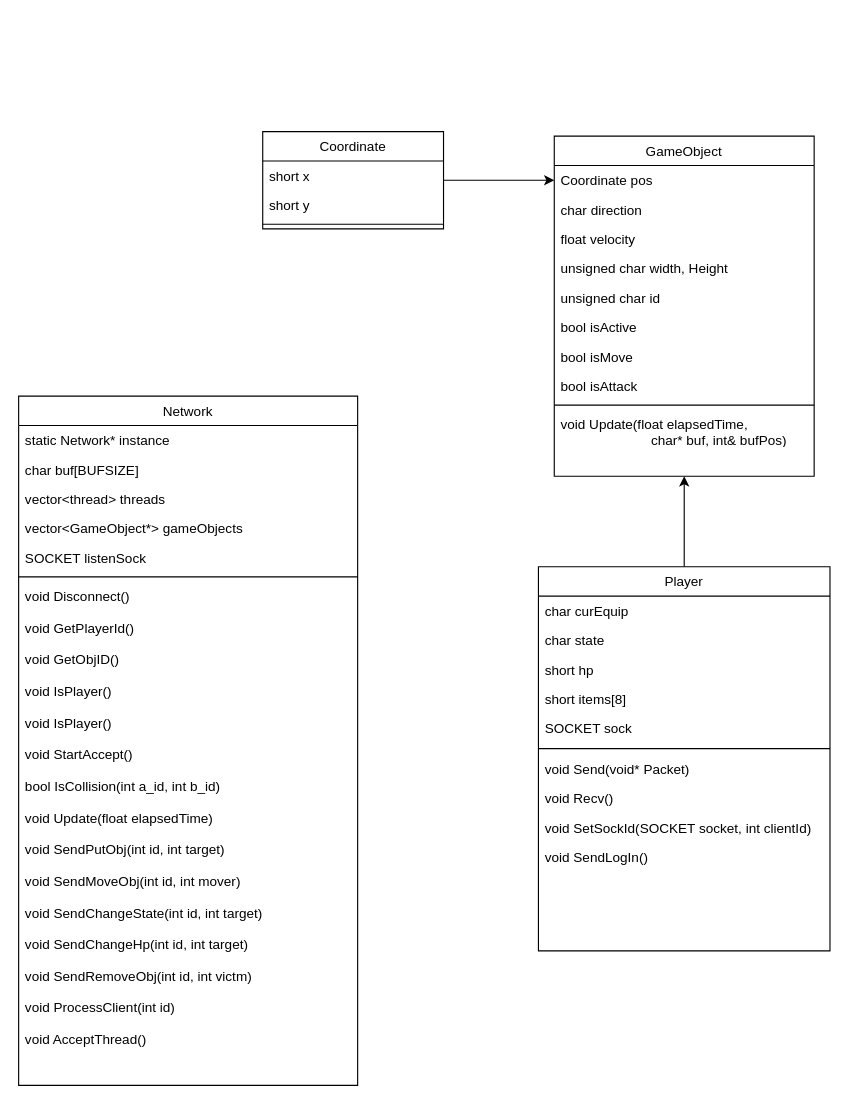
kakik/agari keeps this draw.io diagram as 기획서 자료/server_class_diagram.drawio. Above is the earlier version. Source tidied: cells renumbered, new cells numbered last; positions are measured from the earlier drawing's top-left corner, leaving out a move shared by most shapes. Both pictures are drawn from the tidied source at 113%, with x=0, y=0 at pixel (18, 131).
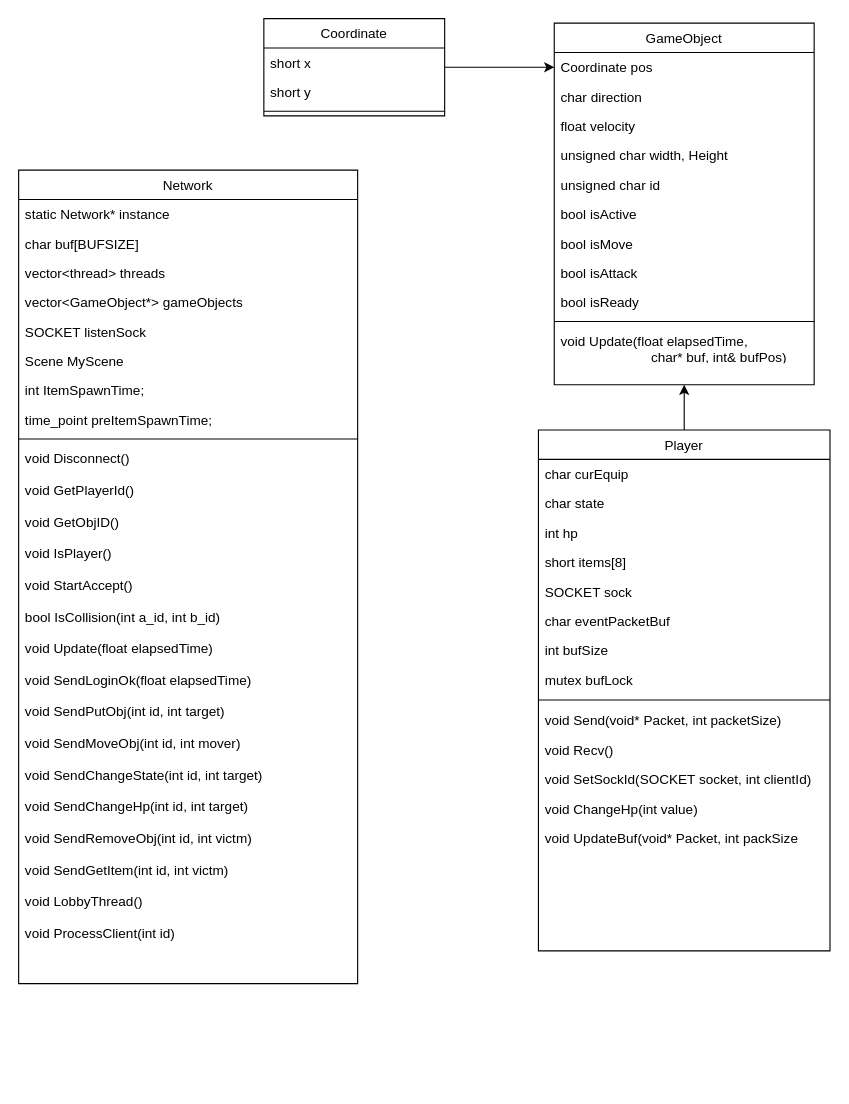
The same page after the edit.

Diff of the diagram source:
```diff
@@
     <mxCell id="3" value="Player" style="swimlane;fontStyle=0;align=center;verticalAlign=top;horizontal=1;startSize=26;rounded=0;shadow=0;strokeWidth=1;" parent="1" vertex="1">
-      <mxGeometry x="460" y="385" width="258" height="340" as="geometry" />
+      <mxGeometry x="460" y="264" width="258" height="461" as="geometry" />
     </mxCell>
@@
-    <mxCell id="6" value="short hp" style="text;align=left;verticalAlign=top;spacingLeft=4;spacingRight=4;overflow=hidden;rounded=0;shadow=0;html=0;" parent="3" vertex="1">
+    <mxCell id="6" value="int hp" style="text;align=left;verticalAlign=top;spacingLeft=4;spacingRight=4;overflow=hidden;rounded=0;shadow=0;html=0;" parent="3" vertex="1">
       <mxGeometry y="78" width="258" height="26" as="geometry" />
     </mxCell>
@@
+    <mxCell id="52" value="char eventPacketBuf" style="text;align=left;verticalAlign=top;spacingLeft=4;spacingRight=4;overflow=hidden;rounded=0;shadow=0;html=0;" parent="3" vertex="1">
+      <mxGeometry y="156" width="258" height="26" as="geometry" />
+    </mxCell>
+    <mxCell id="53" value="int bufSize" style="text;align=left;verticalAlign=top;spacingLeft=4;spacingRight=4;overflow=hidden;rounded=0;shadow=0;html=0;" parent="3" vertex="1">
+      <mxGeometry y="182" width="258" height="26" as="geometry" />
+    </mxCell>
+    <mxCell id="54" value="mutex bufLock" style="text;align=left;verticalAlign=top;spacingLeft=4;spacingRight=4;overflow=hidden;rounded=0;shadow=0;html=0;" parent="3" vertex="1">
+      <mxGeometry y="208" width="258" height="26" as="geometry" />
+    </mxCell>
     <mxCell id="9" style="line;html=1;strokeWidth=1;align=left;verticalAlign=middle;spacingTop=-1;spacingLeft=3;spacingRight=3;labelPosition=right;" parent="3" vertex="1">
-      <mxGeometry y="156" width="258" height="10" as="geometry" />
+      <mxGeometry y="234" width="258" height="10" as="geometry" />
     </mxCell>
-    <mxCell id="10" value="void Send(void* Packet)" style="text;align=left;verticalAlign=top;spacingLeft=4;spacingRight=4;overflow=hidden;rounded=0;shadow=0;html=0;" parent="3" vertex="1">
-      <mxGeometry y="166" width="258" height="26" as="geometry" />
+    <mxCell id="10" value="void Send(void* Packet, int packetSize)" style="text;align=left;verticalAlign=top;spacingLeft=4;spacingRight=4;overflow=hidden;rounded=0;shadow=0;html=0;" parent="3" vertex="1">
+      <mxGeometry y="244" width="258" height="26" as="geometry" />
     </mxCell>
     <mxCell id="11" value="void Recv()" style="text;align=left;verticalAlign=top;spacingLeft=4;spacingRight=4;overflow=hidden;rounded=0;shadow=0;html=0;" parent="3" vertex="1">
-      <mxGeometry y="192" width="258" height="26" as="geometry" />
+      <mxGeometry y="270" width="258" height="26" as="geometry" />
     </mxCell>
     <mxCell id="12" value="void SetSockId(SOCKET socket, int clientId)" style="text;align=left;verticalAlign=top;spacingLeft=4;spacingRight=4;overflow=hidden;rounded=0;shadow=0;html=0;" parent="3" vertex="1">
-      <mxGeometry y="218" width="258" height="26" as="geometry" />
+      <mxGeometry y="296" width="258" height="26" as="geometry" />
     </mxCell>
-    <mxCell id="13" value="void SendLogIn()" style="text;align=left;verticalAlign=top;spacingLeft=4;spacingRight=4;overflow=hidden;rounded=0;shadow=0;html=0;" parent="3" vertex="1">
-      <mxGeometry y="244" width="258" height="26" as="geometry" />
-    </mxCell>
+    <mxCell id="55" value="void ChangeHp(int value)" style="text;align=left;verticalAlign=top;spacingLeft=4;spacingRight=4;overflow=hidden;rounded=0;shadow=0;html=0;" parent="3" vertex="1">
+      <mxGeometry y="322" width="258" height="26" as="geometry" />
+    </mxCell>
+    <mxCell id="56" value="void UpdateBuf(void* Packet, int packSize" style="text;align=left;verticalAlign=top;spacingLeft=4;spacingRight=4;overflow=hidden;rounded=0;shadow=0;html=0;" parent="3" vertex="1">
+      <mxGeometry y="348" width="258" height="26" as="geometry" />
+    </mxCell>
@@
     <mxCell id="15" value="Coordinate" style="swimlane;fontStyle=0;align=center;verticalAlign=top;horizontal=1;startSize=26;rounded=0;shadow=0;strokeWidth=1;" parent="1" vertex="1">
-      <mxGeometry x="216" width="160" height="86" as="geometry" />
+      <mxGeometry x="217" y="-100" width="160" height="86" as="geometry" />
     </mxCell>
@@
     <mxCell id="19" value="GameObject" style="swimlane;fontStyle=0;align=center;verticalAlign=top;horizontal=1;startSize=26;rounded=0;shadow=0;strokeWidth=1;" parent="1" vertex="1">
-      <mxGeometry x="474" y="4" width="230" height="301" as="geometry" />
+      <mxGeometry x="474" y="-96" width="230" height="320" as="geometry" />
     </mxCell>
@@
+    <mxCell id="57" value="bool isReady" style="text;align=left;verticalAlign=top;spacingLeft=4;spacingRight=4;overflow=hidden;" parent="19" vertex="1">
+      <mxGeometry y="234" width="230" height="26" as="geometry" />
+    </mxCell>
     <mxCell id="28" style="line;html=1;strokeWidth=1;align=left;verticalAlign=middle;spacingTop=-1;spacingLeft=3;spacingRight=3;labelPosition=right;" parent="19" vertex="1">
-      <mxGeometry y="234" width="230" height="8" as="geometry" />
+      <mxGeometry y="260" width="230" height="8" as="geometry" />
     </mxCell>
     <mxCell id="29" value="void Update(float elapsedTime, &#10;                        char* buf, int&amp; bufPos)" style="text;align=left;verticalAlign=top;spacingLeft=4;spacingRight=4;overflow=hidden;rounded=0;shadow=0;html=0;" parent="19" vertex="1">
-      <mxGeometry y="242" width="230" height="28" as="geometry" />
+      <mxGeometry y="268" width="230" height="28" as="geometry" />
     </mxCell>
     <mxCell id="30" value="Network" style="swimlane;fontStyle=0;align=center;verticalAlign=top;horizontal=1;startSize=26;rounded=0;shadow=0;strokeWidth=1;" parent="1" vertex="1">
-      <mxGeometry y="234" width="300" height="610" as="geometry" />
+      <mxGeometry y="34" width="300" height="720" as="geometry" />
     </mxCell>
@@
+    <mxCell id="58" value="Scene MyScene" style="text;align=left;verticalAlign=top;spacingLeft=4;spacingRight=4;overflow=hidden;" parent="30" vertex="1">
+      <mxGeometry y="156" width="300" height="26" as="geometry" />
+    </mxCell>
+    <mxCell id="59" value="int ItemSpawnTime;" style="text;align=left;verticalAlign=top;spacingLeft=4;spacingRight=4;overflow=hidden;" parent="30" vertex="1">
+      <mxGeometry y="182" width="300" height="26" as="geometry" />
+    </mxCell>
+    <mxCell id="60" value="time_point preItemSpawnTime;" style="text;align=left;verticalAlign=top;spacingLeft=4;spacingRight=4;overflow=hidden;" parent="30" vertex="1">
+      <mxGeometry y="208" width="300" height="26" as="geometry" />
+    </mxCell>
     <mxCell id="36" style="line;html=1;strokeWidth=1;align=left;verticalAlign=middle;spacingTop=-1;spacingLeft=3;spacingRight=3;labelPosition=right;" parent="30" vertex="1">
-      <mxGeometry y="156" width="300" height="8" as="geometry" />
+      <mxGeometry y="234" width="300" height="8" as="geometry" />
     </mxCell>
     <mxCell id="37" value="void Disconnect()" style="text;align=left;verticalAlign=top;spacingLeft=4;spacingRight=4;overflow=hidden;rounded=0;shadow=0;html=0;" parent="30" vertex="1">
-      <mxGeometry y="164" width="300" height="28" as="geometry" />
+      <mxGeometry y="242" width="300" height="28" as="geometry" />
     </mxCell>
     <mxCell id="38" value="void GetPlayerId()" style="text;align=left;verticalAlign=top;spacingLeft=4;spacingRight=4;overflow=hidden;rounded=0;shadow=0;html=0;" parent="30" vertex="1">
-      <mxGeometry y="192" width="300" height="28" as="geometry" />
+      <mxGeometry y="270" width="300" height="28" as="geometry" />
     </mxCell>
     <mxCell id="39" value="void GetObjID()" style="text;align=left;verticalAlign=top;spacingLeft=4;spacingRight=4;overflow=hidden;rounded=0;shadow=0;html=0;" parent="30" vertex="1">
-      <mxGeometry y="220" width="300" height="28" as="geometry" />
+      <mxGeometry y="298" width="300" height="28" as="geometry" />
     </mxCell>
     <mxCell id="40" value="void IsPlayer()" style="text;align=left;verticalAlign=top;spacingLeft=4;spacingRight=4;overflow=hidden;rounded=0;shadow=0;html=0;" parent="30" vertex="1">
-      <mxGeometry y="248" width="300" height="28" as="geometry" />
+      <mxGeometry y="326" width="300" height="28" as="geometry" />
     </mxCell>
-    <mxCell id="41" value="void IsPlayer()" style="text;align=left;verticalAlign=top;spacingLeft=4;spacingRight=4;overflow=hidden;rounded=0;shadow=0;html=0;" parent="30" vertex="1">
-      <mxGeometry y="276" width="300" height="28" as="geometry" />
-    </mxCell>
     <mxCell id="42" value="void StartAccept()" style="text;align=left;verticalAlign=top;spacingLeft=4;spacingRight=4;overflow=hidden;rounded=0;shadow=0;html=0;" parent="30" vertex="1">
-      <mxGeometry y="304" width="300" height="28" as="geometry" />
+      <mxGeometry y="354" width="300" height="28" as="geometry" />
     </mxCell>
     <mxCell id="43" value="bool IsCollision(int a_id, int b_id)" style="text;align=left;verticalAlign=top;spacingLeft=4;spacingRight=4;overflow=hidden;rounded=0;shadow=0;html=0;" parent="30" vertex="1">
-      <mxGeometry y="332" width="300" height="28" as="geometry" />
+      <mxGeometry y="382" width="300" height="28" as="geometry" />
     </mxCell>
     <mxCell id="44" value="void Update(float elapsedTime)" style="text;align=left;verticalAlign=top;spacingLeft=4;spacingRight=4;overflow=hidden;rounded=0;shadow=0;html=0;" parent="30" vertex="1">
-      <mxGeometry y="360" width="300" height="28" as="geometry" />
+      <mxGeometry y="410" width="300" height="28" as="geometry" />
     </mxCell>
+    <mxCell id="61" value="void SendLoginOk(float elapsedTime)" style="text;align=left;verticalAlign=top;spacingLeft=4;spacingRight=4;overflow=hidden;rounded=0;shadow=0;html=0;" parent="30" vertex="1">
+      <mxGeometry y="438" width="300" height="28" as="geometry" />
+    </mxCell>
     <mxCell id="45" value="void SendPutObj(int id, int target)" style="text;align=left;verticalAlign=top;spacingLeft=4;spacingRight=4;overflow=hidden;rounded=0;shadow=0;html=0;" parent="30" vertex="1">
-      <mxGeometry y="388" width="300" height="28" as="geometry" />
+      <mxGeometry y="466" width="300" height="28" as="geometry" />
     </mxCell>
     <mxCell id="46" value="void SendMoveObj(int id, int mover)" style="text;align=left;verticalAlign=top;spacingLeft=4;spacingRight=4;overflow=hidden;rounded=0;shadow=0;html=0;" parent="30" vertex="1">
-      <mxGeometry y="416" width="300" height="28" as="geometry" />
+      <mxGeometry y="494" width="300" height="28" as="geometry" />
     </mxCell>
     <mxCell id="47" value="void SendChangeState(int id, int target)" style="text;align=left;verticalAlign=top;spacingLeft=4;spacingRight=4;overflow=hidden;rounded=0;shadow=0;html=0;" parent="30" vertex="1">
-      <mxGeometry y="444" width="300" height="28" as="geometry" />
+      <mxGeometry y="522" width="300" height="28" as="geometry" />
     </mxCell>
     <mxCell id="48" value="void SendChangeHp(int id, int target)" style="text;align=left;verticalAlign=top;spacingLeft=4;spacingRight=4;overflow=hidden;rounded=0;shadow=0;html=0;" parent="30" vertex="1">
-      <mxGeometry y="472" width="300" height="28" as="geometry" />
+      <mxGeometry y="550" width="300" height="28" as="geometry" />
     </mxCell>
     <mxCell id="49" value="void SendRemoveObj(int id, int victm)" style="text;align=left;verticalAlign=top;spacingLeft=4;spacingRight=4;overflow=hidden;rounded=0;shadow=0;html=0;" parent="30" vertex="1">
-      <mxGeometry y="500" width="300" height="28" as="geometry" />
+      <mxGeometry y="578" width="300" height="28" as="geometry" />
     </mxCell>
+    <mxCell id="62" value="void SendGetItem(int id, int victm)" style="text;align=left;verticalAlign=top;spacingLeft=4;spacingRight=4;overflow=hidden;rounded=0;shadow=0;html=0;" parent="30" vertex="1">
+      <mxGeometry y="606" width="300" height="28" as="geometry" />
+    </mxCell>
+    <mxCell id="51" value="void LobbyThread()" style="text;align=left;verticalAlign=top;spacingLeft=4;spacingRight=4;overflow=hidden;rounded=0;shadow=0;html=0;" parent="30" vertex="1">
+      <mxGeometry y="634" width="300" height="28" as="geometry" />
+    </mxCell>
     <mxCell id="50" value="void ProcessClient(int id)" style="text;align=left;verticalAlign=top;spacingLeft=4;spacingRight=4;overflow=hidden;rounded=0;shadow=0;html=0;" parent="30" vertex="1">
-      <mxGeometry y="528" width="300" height="28" as="geometry" />
+      <mxGeometry y="662" width="300" height="28" as="geometry" />
     </mxCell>
-    <mxCell id="51" value="void AcceptThread()" style="text;align=left;verticalAlign=top;spacingLeft=4;spacingRight=4;overflow=hidden;rounded=0;shadow=0;html=0;" parent="30" vertex="1">
-      <mxGeometry y="556" width="300" height="28" as="geometry" />
-    </mxCell>
```
